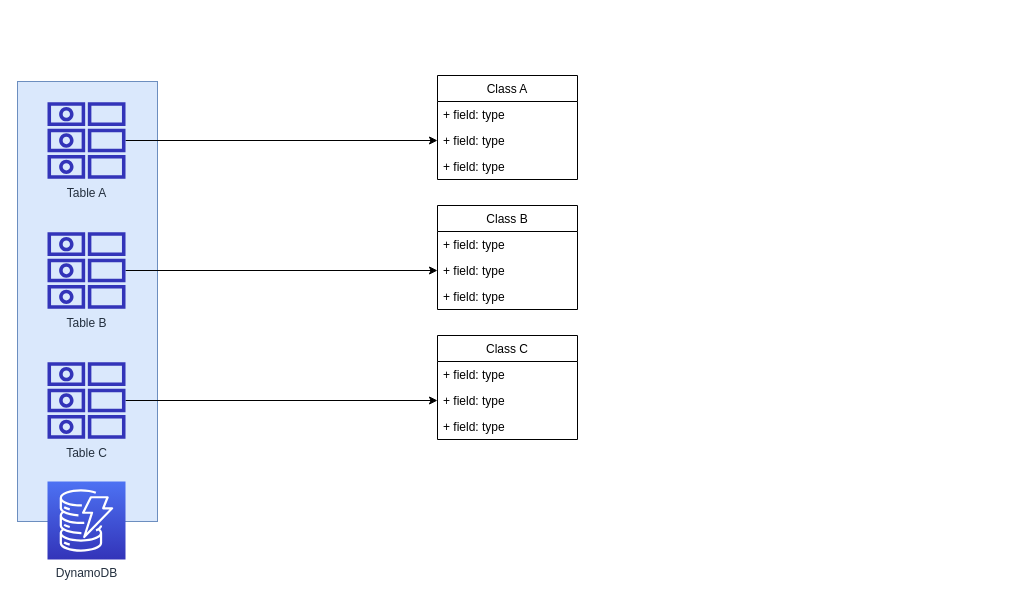
Earlier version of the draw.io diagram drawio/aws-project.drawio (ParisaMousavi/Lesson-OAuth2-APIM). Source tidied: cells renumbered, new cells numbered last; positions are measured from the earlier drawing's top-left corner, leaving out a move shared by most shapes. Both pictures are drawn from the tidied source at 100%, with x=0, y=0 at pixel (17, 75).
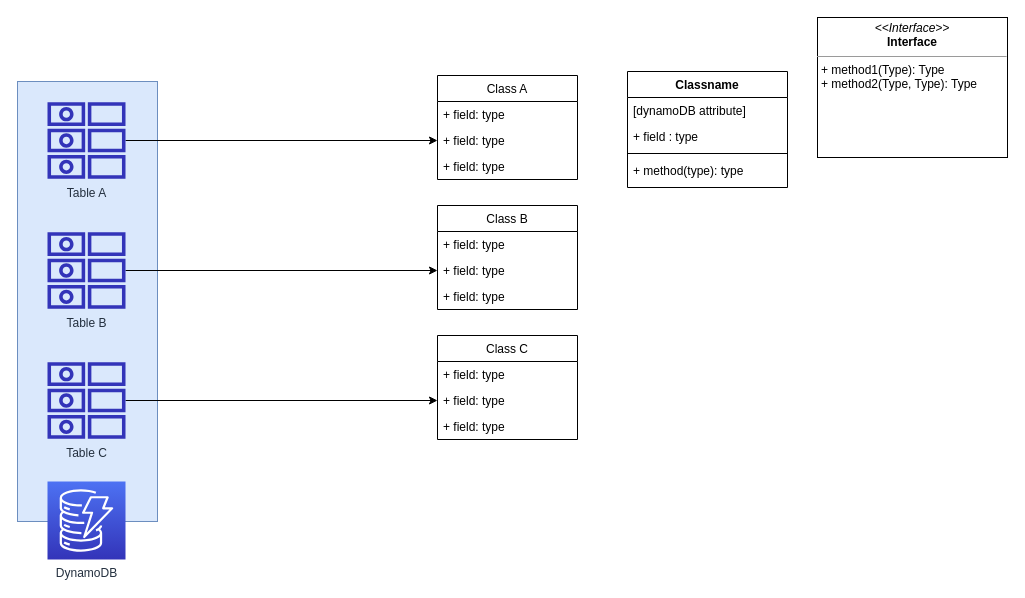
Above is the later version.

Diff of the diagram source:
```diff
@@
+    <mxCell id="22" value="Classname" style="swimlane;fontStyle=1;align=center;verticalAlign=top;horizontal=1;startSize=26;" parent="1" vertex="1">
+      <mxGeometry x="610" y="-4" width="160" height="116" as="geometry" />
+    </mxCell>
+    <mxCell id="23" value="[dynamoDB attribute]" style="text;strokeColor=none;fillColor=none;align=left;verticalAlign=top;spacingLeft=4;spacingRight=4;overflow=hidden;" parent="22" vertex="1">
+      <mxGeometry y="26" width="160" height="26" as="geometry" />
+    </mxCell>
+    <mxCell id="24" value="+ field : type" style="text;strokeColor=none;fillColor=none;align=left;verticalAlign=top;spacingLeft=4;spacingRight=4;overflow=hidden;" parent="22" vertex="1">
+      <mxGeometry y="52" width="160" height="26" as="geometry" />
+    </mxCell>
+    <mxCell id="25" style="line;strokeWidth=1;fillColor=none;align=left;verticalAlign=middle;spacingTop=-1;spacingLeft=3;spacingRight=3;labelPosition=right;" parent="22" vertex="1">
+      <mxGeometry y="78" width="160" height="8" as="geometry" />
+    </mxCell>
+    <mxCell id="26" value="+ method(type): type" style="text;strokeColor=none;fillColor=none;align=left;verticalAlign=top;spacingLeft=4;spacingRight=4;overflow=hidden;" parent="22" vertex="1">
+      <mxGeometry y="86" width="160" height="30" as="geometry" />
+    </mxCell>
+    <mxCell id="27" value="&lt;p style=&quot;margin: 0px ; margin-top: 4px ; text-align: center&quot;&gt;&lt;i&gt;&amp;lt;&amp;lt;Interface&amp;gt;&amp;gt;&lt;/i&gt;&lt;br&gt;&lt;b&gt;Interface&lt;/b&gt;&lt;/p&gt;&lt;hr size=&quot;1&quot;&gt;&lt;p style=&quot;margin: 0px ; margin-left: 4px&quot;&gt;&lt;/p&gt;&lt;p style=&quot;margin: 0px ; margin-left: 4px&quot;&gt;+ method1(Type): Type&lt;br&gt;+ method2(Type, Type): Type&lt;/p&gt;" style="verticalAlign=top;align=left;overflow=fill;fontSize=12;fontFamily=Helvetica;html=1;" parent="1" vertex="1">
+      <mxGeometry x="800" y="-58" width="190" height="140" as="geometry" />
+    </mxCell>
```
